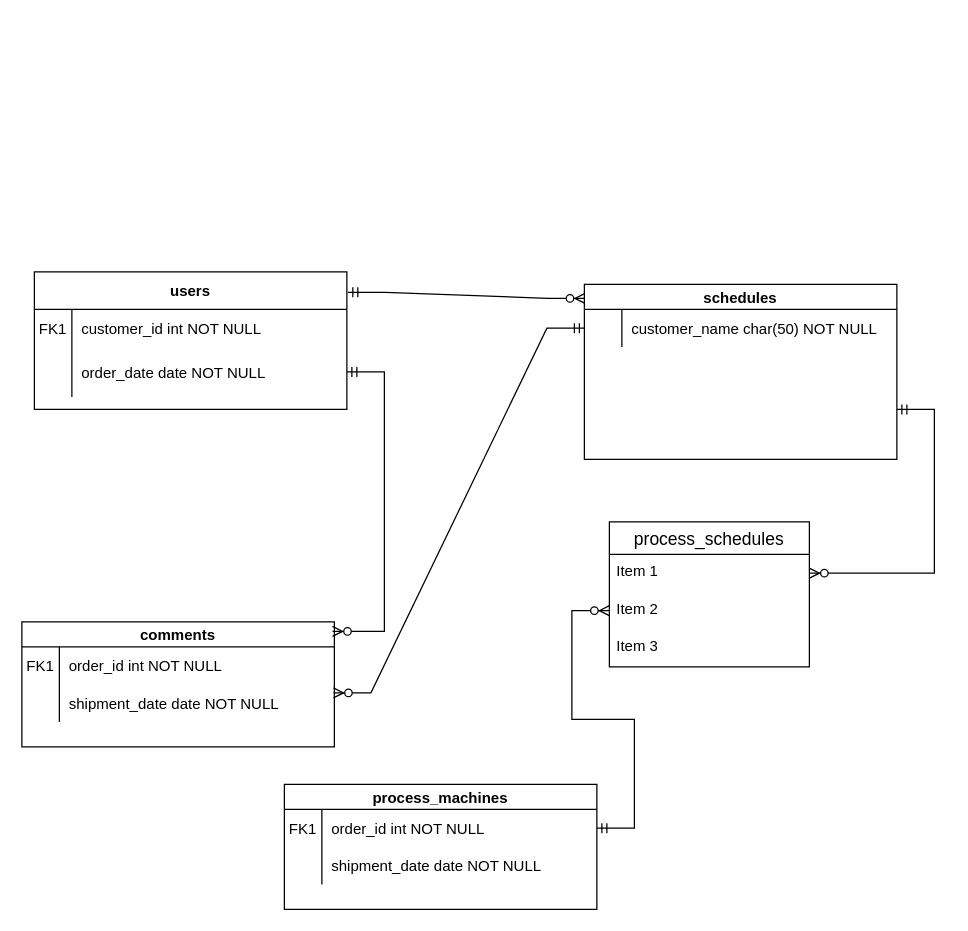
Before: ER.drawio in hanyuta/procon, a draw.io diagram. Source tidied: cells renumbered, new cells numbered last; positions are measured from the earlier drawing's top-left corner, leaving out a move shared by most shapes. Both pictures are drawn from the tidied source at 125%, with x=0, y=0 at pixel (21, 271).
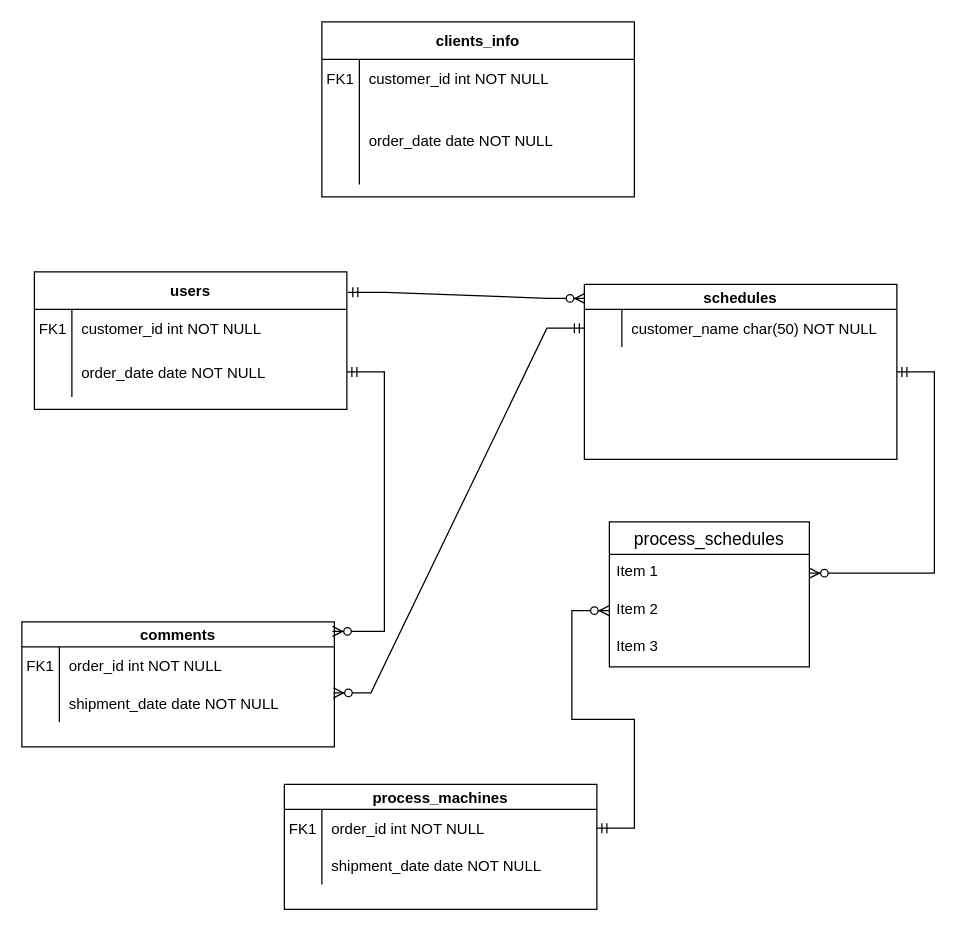
The same page after the edit.

Commit message:
DB構想追加（保留）

The change refers to these unchanged cells:
```xml
<mxCell id="31" value="Item 1" style="text;strokeColor=none;fillColor=none;spacingLeft=4;spacingRight=4;overflow=hidden;points=[[0,0.5],[1,0.5]];portConstraint=eastwest;fontSize=12;whiteSpace=wrap;html=1;" parent="30" vertex="1">
  <mxGeometry y="26" width="160" height="30" as="geometry" />
</mxCell>
```

Change to the diagram source:
```diff
@@
-    <mxCell id="34" style="edgeStyle=entityRelationEdgeStyle;fontSize=12;html=1;endArrow=ERzeroToMany;startArrow=ERmandOne;rounded=0;entryX=1;entryY=0.5;entryDx=0;entryDy=0;exitX=1;exitY=0.75;exitDx=0;exitDy=0;" parent="1" edge="1" target="31">
+    <mxCell id="34" style="edgeStyle=entityRelationEdgeStyle;fontSize=12;html=1;endArrow=ERzeroToMany;startArrow=ERmandOne;rounded=0;entryX=1;entryY=0.5;entryDx=0;entryDy=0;" parent="1" edge="1" target="31">
       <mxGeometry relative="1" as="geometry">
-        <mxPoint x="700" y="110" as="sourcePoint" />
+        <mxPoint x="700" y="80" as="sourcePoint" />
         <Array as="points">
-          <mxPoint x="470" y="305" />
-          <mxPoint x="290" y="295" />
-          <mxPoint x="370" y="305" />
+          <mxPoint x="450" y="-195" />
+          <mxPoint x="270" y="-205" />
+          <mxPoint x="350" y="-195" />
         </Array>
       </mxGeometry>
     </mxCell>
@@
+    <mxCell id="36" value="clients_info" style="shape=table;startSize=30;childLayout=tableLayout;rowLines=0;fontStyle=1;align=center;" parent="1" vertex="1">
+      <mxGeometry x="240" y="-200" width="250" height="140" as="geometry" />
+    </mxCell>
+    <mxCell id="37" style="shape=partialRectangle;fillColor=none;top=0;left=0;right=0;bottom=0;" parent="36" vertex="1">
+      <mxGeometry y="30" width="250" height="30" as="geometry" />
+    </mxCell>
+    <mxCell id="38" value="FK1" style="shape=partialRectangle;overflow=hidden;fillColor=none;top=0;left=0;bottom=0;right=0;" parent="37" vertex="1">
+      <mxGeometry width="30" height="30" as="geometry" />
+    </mxCell>
+    <mxCell id="39" value="customer_id int NOT NULL" style="shape=partialRectangle;overflow=hidden;fillColor=none;top=0;left=0;bottom=0;right=0;align=left;spacingLeft=6;" parent="37" vertex="1">
+      <mxGeometry x="30" width="220" height="30" as="geometry" />
+    </mxCell>
+    <mxCell id="40" style="shape=partialRectangle;fillColor=none;top=0;left=0;right=0;bottom=0;" parent="36" vertex="1">
+      <mxGeometry y="60" width="250" height="70" as="geometry" />
+    </mxCell>
+    <mxCell id="41" style="shape=partialRectangle;overflow=hidden;fillColor=none;top=0;left=0;bottom=0;right=0;" parent="40" vertex="1">
+      <mxGeometry width="30" height="70" as="geometry" />
+    </mxCell>
+    <mxCell id="42" value="order_date date NOT NULL" style="shape=partialRectangle;overflow=hidden;fillColor=none;top=0;left=0;bottom=0;right=0;align=left;spacingLeft=6;" parent="40" vertex="1">
+      <mxGeometry x="30" width="220" height="70" as="geometry" />
+    </mxCell>
```
